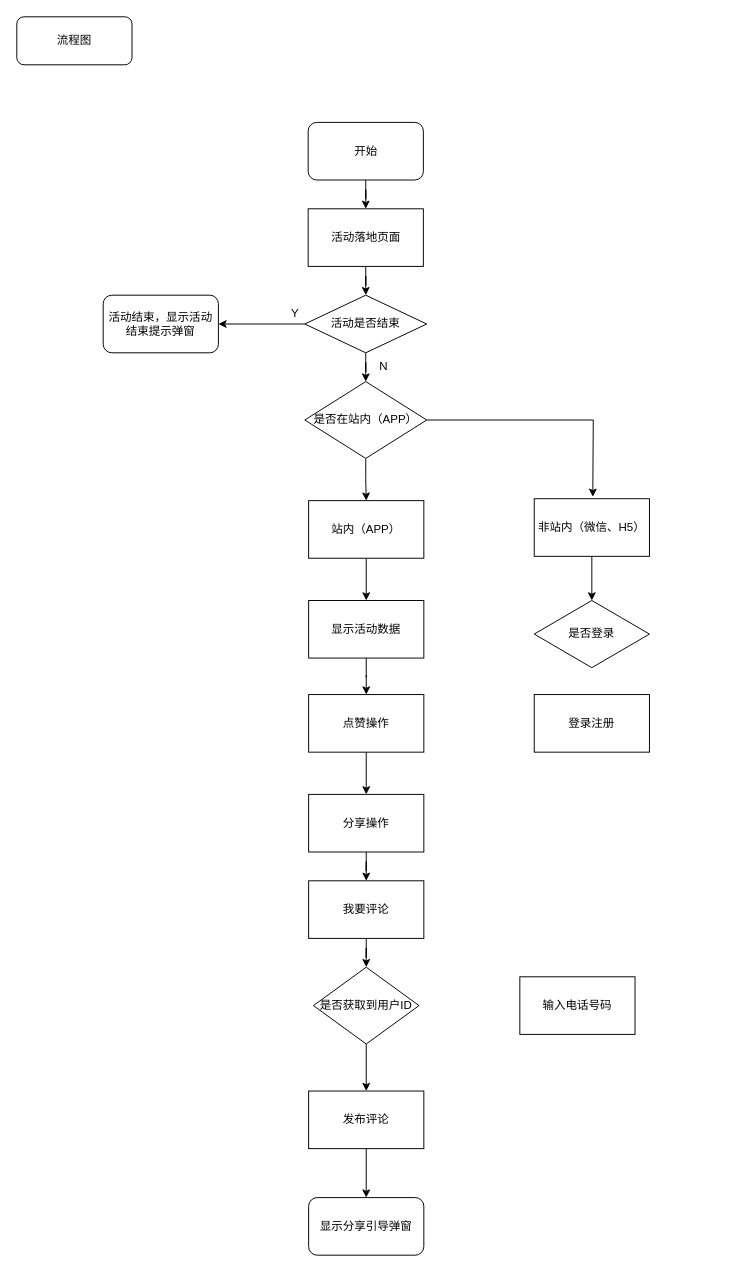
This is kownpayActivity/知识付费讨论活动流程图.drawio from hauk0101/draw_io, a draw.io file, before an edit. Source tidied: cells renumbered, new cells numbered last; positions are measured from the earlier drawing's top-left corner, leaving out a move shared by most shapes. Both pictures are drawn from the tidied source at 96%, with x=0, y=0 at pixel (16, 16).
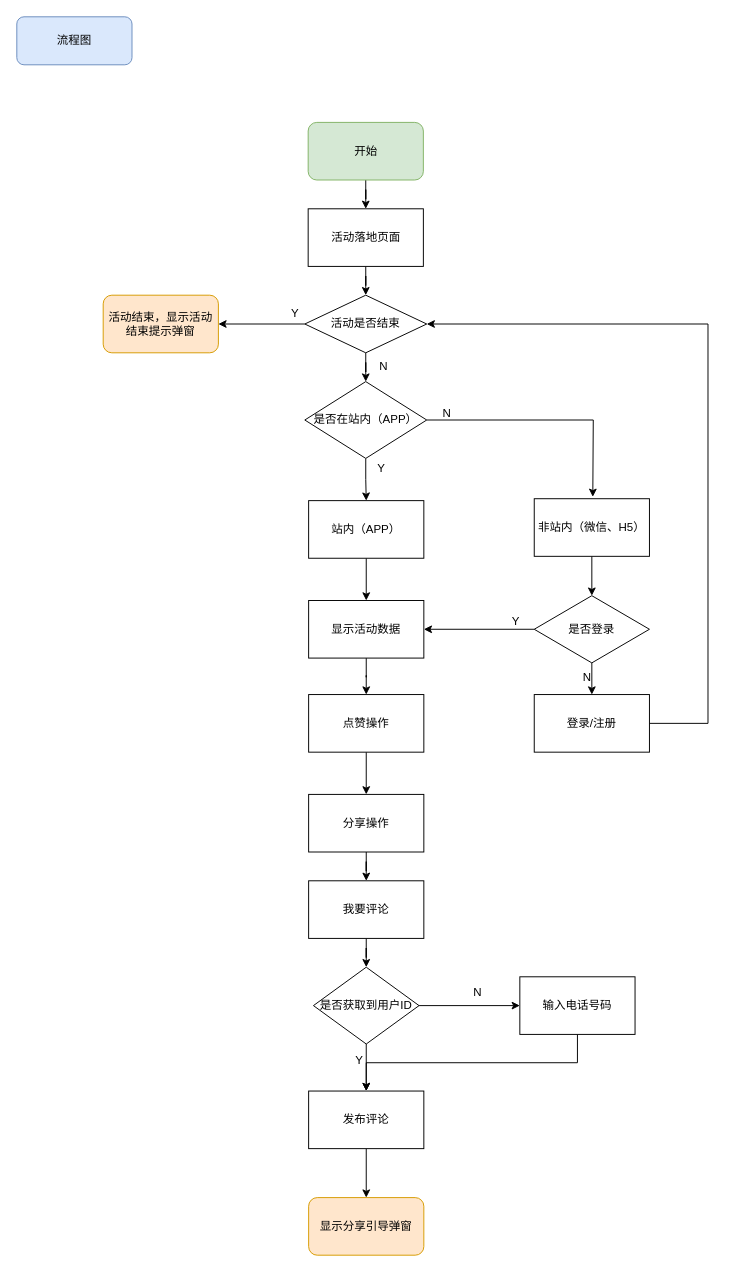
The same diagram, later.

Commit message:
Update 知识付费讨论活动流程图.drawio

The change refers to these unchanged cells:
```xml
<mxCell id="9" value="活动是否结束" style="rhombus;whiteSpace=wrap;html=1;" parent="1" vertex="1">
  <mxGeometry x="300" y="290" width="127" height="60" as="geometry" />
</mxCell>
<mxCell id="20" value="显示活动数据" style="rounded=0;whiteSpace=wrap;html=1;" parent="1" vertex="1">
  <mxGeometry x="304" y="608" width="120" height="60" as="geometry" />
</mxCell>
<mxCell id="28" value="是否获取到用户ID" style="rhombus;whiteSpace=wrap;html=1;" parent="1" vertex="1">
  <mxGeometry x="309" y="990" width="110" height="80" as="geometry" />
</mxCell>
<mxCell id="29" value="输入电话号码" style="rounded=0;whiteSpace=wrap;html=1;" parent="1" vertex="1">
  <mxGeometry x="524" y="1000" width="120" height="60" as="geometry" />
</mxCell>
<mxCell id="31" value="发布评论" style="rounded=0;whiteSpace=wrap;html=1;" parent="1" vertex="1">
  <mxGeometry x="304" y="1119" width="120" height="60" as="geometry" />
</mxCell>
```

Change to the diagram source:
```diff
@@
-    <mxCell id="2" value="流程图" style="rounded=1;whiteSpace=wrap;html=1;" parent="1" vertex="1">
+    <mxCell id="2" value="流程图" style="rounded=1;whiteSpace=wrap;html=1;fillColor=#dae8fc;strokeColor=#6c8ebf;" parent="1" vertex="1">
       <mxGeometry width="120" height="50" as="geometry" />
     </mxCell>
@@
-    <mxCell id="4" value="开始" style="rounded=1;whiteSpace=wrap;html=1;" parent="1" vertex="1">
+    <mxCell id="4" value="开始" style="rounded=1;whiteSpace=wrap;html=1;fillColor=#d5e8d4;strokeColor=#82b366;" parent="1" vertex="1">
       <mxGeometry x="303.5" y="110" width="120" height="60" as="geometry" />
     </mxCell>
@@
-    <mxCell id="10" value="活动结束，显示活动结束提示弹窗" style="rounded=1;whiteSpace=wrap;html=1;" parent="1" vertex="1">
+    <mxCell id="10" value="活动结束，显示活动结束提示弹窗" style="rounded=1;whiteSpace=wrap;html=1;fillColor=#ffe6cc;strokeColor=#d79b00;" parent="1" vertex="1">
       <mxGeometry x="90" y="290" width="120" height="60" as="geometry" />
     </mxCell>
@@
+    <mxCell id="36" style="edgeStyle=orthogonalEdgeStyle;rounded=0;jettySize=auto;html=1;exitX=0.5;exitY=1;exitDx=0;exitDy=0;entryX=0.5;entryY=0;entryDx=0;entryDy=0;" parent="1" edge="1" source="18" target="35">
+      <mxGeometry relative="1" as="geometry" />
+    </mxCell>
+    <mxCell id="37" style="edgeStyle=orthogonalEdgeStyle;rounded=0;jettySize=auto;html=1;" parent="1" edge="1" source="18" target="20">
+      <mxGeometry relative="1" as="geometry" />
+    </mxCell>
     <mxCell id="18" value="是否登录" style="rhombus;whiteSpace=wrap;html=1;" parent="1" vertex="1">
-      <mxGeometry x="539" y="608" width="120" height="70" as="geometry" />
+      <mxGeometry x="539" y="603" width="120" height="70" as="geometry" />
     </mxCell>
@@
+    <mxCell id="38" style="edgeStyle=orthogonalEdgeStyle;rounded=0;jettySize=auto;html=1;" parent="1" edge="1" source="28" target="29">
+      <mxGeometry relative="1" as="geometry" />
+    </mxCell>
@@
+    <mxCell id="39" style="edgeStyle=orthogonalEdgeStyle;rounded=0;jettySize=auto;html=1;exitX=0.5;exitY=1;exitDx=0;exitDy=0;entryX=0.5;entryY=0;entryDx=0;entryDy=0;" parent="1" edge="1" source="29" target="31">
+      <mxGeometry relative="1" as="geometry" />
+    </mxCell>
@@
-    <mxCell id="32" value="显示分享引导弹窗" style="rounded=1;whiteSpace=wrap;html=1;" parent="1" vertex="1">
+    <mxCell id="32" value="显示分享引导弹窗" style="rounded=1;whiteSpace=wrap;html=1;fillColor=#ffe6cc;strokeColor=#d79b00;" parent="1" vertex="1">
       <mxGeometry x="304" y="1230" width="120" height="60" as="geometry" />
     </mxCell>
@@
+    <mxCell id="40" style="edgeStyle=orthogonalEdgeStyle;rounded=0;jettySize=auto;html=1;entryX=1;entryY=0.5;entryDx=0;entryDy=0;" parent="1" edge="1" source="35" target="9">
+      <mxGeometry relative="1" as="geometry">
+        <Array as="points">
+          <mxPoint x="720" y="736" />
+          <mxPoint x="720" y="320" />
+        </Array>
+      </mxGeometry>
+    </mxCell>
-    <mxCell id="35" value="登录注册" style="rounded=0;whiteSpace=wrap;html=1;" parent="1" vertex="1">
+    <mxCell id="35" value="登录/注册" style="rounded=0;whiteSpace=wrap;html=1;" parent="1" vertex="1">
       <mxGeometry x="539" y="706" width="120" height="60" as="geometry" />
     </mxCell>
+    <mxCell id="41" value="N" style="text;html=1;align=left;verticalAlign=top;spacingTop=-4;" parent="1" vertex="1">
+      <mxGeometry x="588" y="678" width="20" height="20" as="geometry" />
+    </mxCell>
+    <mxCell id="42" value="Y&lt;br&gt;&lt;br&gt;" style="text;html=1;align=left;verticalAlign=top;spacingTop=-4;" parent="1" vertex="1">
+      <mxGeometry x="514" y="620" width="20" height="30" as="geometry" />
+    </mxCell>
+    <mxCell id="43" value="Y&lt;br&gt;&lt;br&gt;" style="text;html=1;align=left;verticalAlign=top;spacingTop=-4;" parent="1" vertex="1">
+      <mxGeometry x="374" y="461" width="20" height="30" as="geometry" />
+    </mxCell>
+    <mxCell id="44" value="N" style="text;html=1;align=left;verticalAlign=top;spacingTop=-4;" parent="1" vertex="1">
+      <mxGeometry x="442" y="403" width="20" height="20" as="geometry" />
+    </mxCell>
+    <mxCell id="45" value="N" style="text;html=1;align=left;verticalAlign=top;spacingTop=-4;" parent="1" vertex="1">
+      <mxGeometry x="474" y="1007" width="20" height="20" as="geometry" />
+    </mxCell>
+    <mxCell id="46" value="Y&lt;br&gt;&lt;br&gt;" style="text;html=1;align=left;verticalAlign=top;spacingTop=-4;" parent="1" vertex="1">
+      <mxGeometry x="351" y="1077" width="20" height="30" as="geometry" />
+    </mxCell>
```
